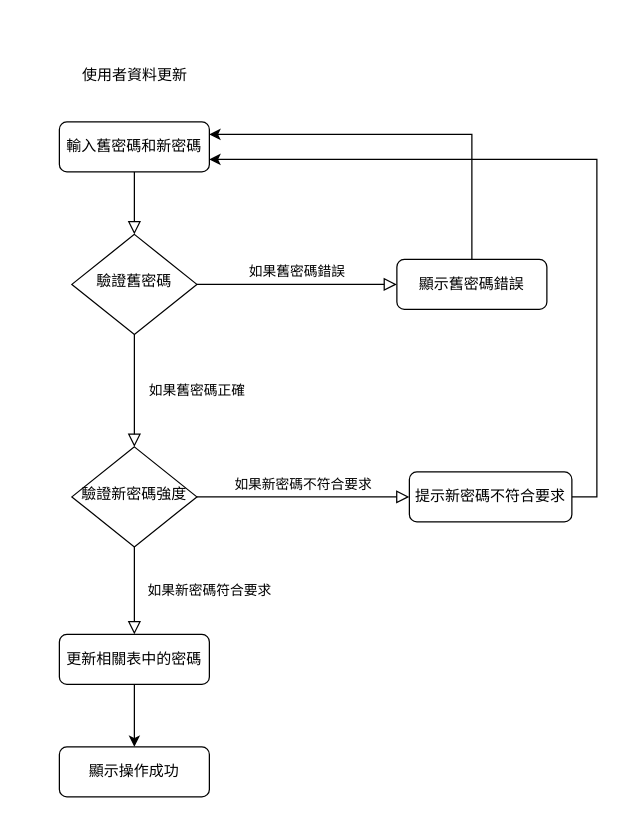
Earlier version of the draw.io diagram 系統流程圖(使用者資料更新).drawio (hak99101314/Maintenance-inquiry-system). Source tidied: cells renumbered, new cells numbered last; positions are measured from the earlier drawing's top-left corner, leaving out a move shared by most shapes. Both pictures are drawn from the tidied source at 125%, with x=0, y=0 at pixel (59, 56).
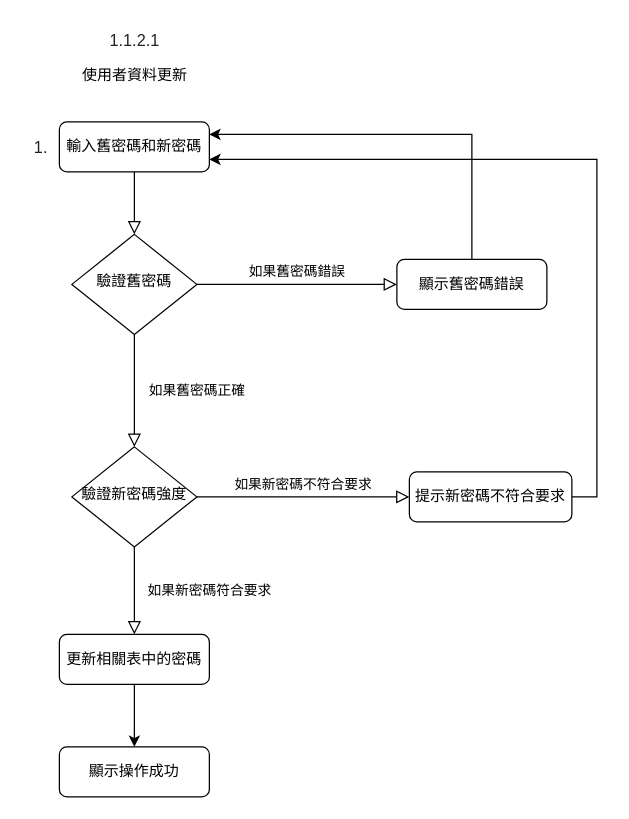
The same diagram, later.

Commit message:
更新系統流程圖(使用者資料更新).drawio

Diff of the diagram source:
```diff
@@
 <mxGraphModel>
   <root>
     <mxCell id="0" />
     <mxCell id="1" parent="0" />
     <mxCell id="2" style="rounded=0;html=1;jettySize=auto;fontSize=11;endArrow=block;endFill=0;endSize=8;strokeWidth=1;shadow=0;labelBackgroundColor=none;edgeStyle=orthogonalEdgeStyle;" parent="1" edge="1" source="3" target="6">
       <mxGeometry relative="1" as="geometry" />
     </mxCell>
     <mxCell id="3" value="輸入舊密碼和新密碼" style="rounded=1;whiteSpace=wrap;html=1;fontSize=12;glass=0;strokeWidth=1;shadow=0;" parent="1" vertex="1">
       <mxGeometry y="52" width="120" height="40" as="geometry" />
     </mxCell>
     <mxCell id="4" value="如果舊密碼正確" style="rounded=0;html=1;jettySize=auto;fontSize=11;endArrow=block;endFill=0;endSize=8;strokeWidth=1;shadow=0;labelBackgroundColor=none;edgeStyle=orthogonalEdgeStyle;" parent="1" edge="1" source="6" target="11">
       <mxGeometry y="50" relative="1" as="geometry" />
     </mxCell>
     <mxCell id="5" value="如果舊密碼錯誤" style="edgeStyle=orthogonalEdgeStyle;rounded=0;html=1;jettySize=auto;fontSize=11;endArrow=block;endFill=0;endSize=8;strokeWidth=1;shadow=0;labelBackgroundColor=none;" parent="1" edge="1" source="6" target="8">
       <mxGeometry y="10" relative="1" as="geometry" />
     </mxCell>
     <mxCell id="6" value="驗證舊密碼" style="rhombus;whiteSpace=wrap;html=1;shadow=0;fontFamily=Helvetica;fontSize=12;align=center;strokeWidth=1;spacing=6;spacingTop=-4;" parent="1" vertex="1">
       <mxGeometry x="10" y="142" width="100" height="80" as="geometry" />
     </mxCell>
     <mxCell id="7" style="edgeStyle=orthogonalEdgeStyle;rounded=0;jettySize=auto;html=1;exitX=0.5;exitY=0;exitDx=0;exitDy=0;entryX=1;entryY=0.25;entryDx=0;entryDy=0;" parent="1" edge="1" source="8" target="3">
       <mxGeometry relative="1" as="geometry" />
     </mxCell>
     <mxCell id="8" value="顯示舊密碼錯誤" style="rounded=1;whiteSpace=wrap;html=1;fontSize=12;glass=0;strokeWidth=1;shadow=0;" parent="1" vertex="1">
       <mxGeometry x="270" y="162" width="120" height="40" as="geometry" />
     </mxCell>
     <mxCell id="9" value="如果新密碼&lt;span style=&quot;background-color: initial;&quot;&gt;符合要求&lt;/span&gt;" style="rounded=0;html=1;jettySize=auto;fontSize=11;endArrow=block;endFill=0;endSize=8;strokeWidth=1;shadow=0;labelBackgroundColor=none;edgeStyle=orthogonalEdgeStyle;" parent="1" edge="1" source="11" target="13">
       <mxGeometry y="60" relative="1" as="geometry" />
     </mxCell>
     <mxCell id="10" value="如果新密碼不符合要求" style="edgeStyle=orthogonalEdgeStyle;rounded=0;html=1;jettySize=auto;fontSize=11;endArrow=block;endFill=0;endSize=8;strokeWidth=1;shadow=0;labelBackgroundColor=none;" parent="1" edge="1" source="11" target="15">
       <mxGeometry y="10" relative="1" as="geometry" />
     </mxCell>
     <mxCell id="11" value="驗證新密碼強度" style="rhombus;whiteSpace=wrap;html=1;shadow=0;fontFamily=Helvetica;fontSize=12;align=center;strokeWidth=1;spacing=6;spacingTop=-4;" parent="1" vertex="1">
       <mxGeometry x="10" y="312" width="100" height="80" as="geometry" />
     </mxCell>
     <mxCell id="12" style="edgeStyle=orthogonalEdgeStyle;rounded=0;jettySize=auto;html=1;" parent="1" edge="1" source="13" target="17">
       <mxGeometry relative="1" as="geometry" />
     </mxCell>
     <mxCell id="13" value="更新相關表中的密碼" style="rounded=1;whiteSpace=wrap;html=1;fontSize=12;glass=0;strokeWidth=1;shadow=0;" parent="1" vertex="1">
       <mxGeometry y="462" width="120" height="40" as="geometry" />
     </mxCell>
     <mxCell id="14" style="edgeStyle=orthogonalEdgeStyle;rounded=0;jettySize=auto;html=1;exitX=1;exitY=0.5;exitDx=0;exitDy=0;entryX=1;entryY=0.75;entryDx=0;entryDy=0;" parent="1" edge="1" source="15" target="3">
       <mxGeometry relative="1" as="geometry" />
     </mxCell>
     <mxCell id="15" value="提示新密碼不符合要求" style="rounded=1;whiteSpace=wrap;html=1;fontSize=12;glass=0;strokeWidth=1;shadow=0;" parent="1" vertex="1">
       <mxGeometry x="280" y="332" width="130" height="40" as="geometry" />
     </mxCell>
     <mxCell id="16" value="使用者資料更新" style="text;html=1;align=center;verticalAlign=middle;strokeColor=none;fillColor=none;" parent="1" vertex="1">
       <mxGeometry x="5" width="110" height="30" as="geometry" />
     </mxCell>
     <mxCell id="17" value="顯示操作成功" style="rounded=1;whiteSpace=wrap;html=1;fontSize=12;glass=0;strokeWidth=1;shadow=0;" parent="1" vertex="1">
       <mxGeometry y="552" width="120" height="40" as="geometry" />
     </mxCell>
+    <mxCell id="18" value="&lt;span style=&quot;color: rgb(34, 34, 34); font-family: Arial, Helvetica, sans-serif; font-size: small; text-align: start; text-wrap-mode: wrap; background-color: rgb(255, 255, 255);&quot;&gt;1.1.2.1&lt;/span&gt;" style="text;html=1;align=center;verticalAlign=middle;strokeColor=none;fillColor=none;" parent="1" vertex="1">
+      <mxGeometry x="30" y="-28" width="60" height="30" as="geometry" />
+    </mxCell>
+    <mxCell id="19" value="&lt;span style=&quot;color: rgb(34, 34, 34); font-family: Arial, Helvetica, sans-serif; font-size: small; text-align: start; text-wrap-mode: wrap; background-color: rgb(255, 255, 255);&quot;&gt;1.&lt;/span&gt;" style="text;html=1;align=center;verticalAlign=middle;strokeColor=none;fillColor=none;" parent="1" vertex="1">
+      <mxGeometry x="-30" y="57" width="30" height="30" as="geometry" />
+    </mxCell>
   </root>
 </mxGraphModel>
```
